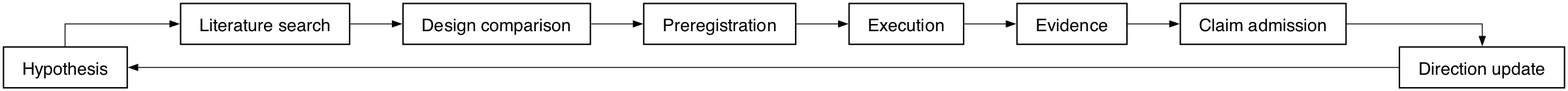
Earlier version of the Graphviz export paper/figures/rendered/fig-02.png (umyunsang/argo). Its source is kept beside it as paper/figures/rendered/fig-02.dot.
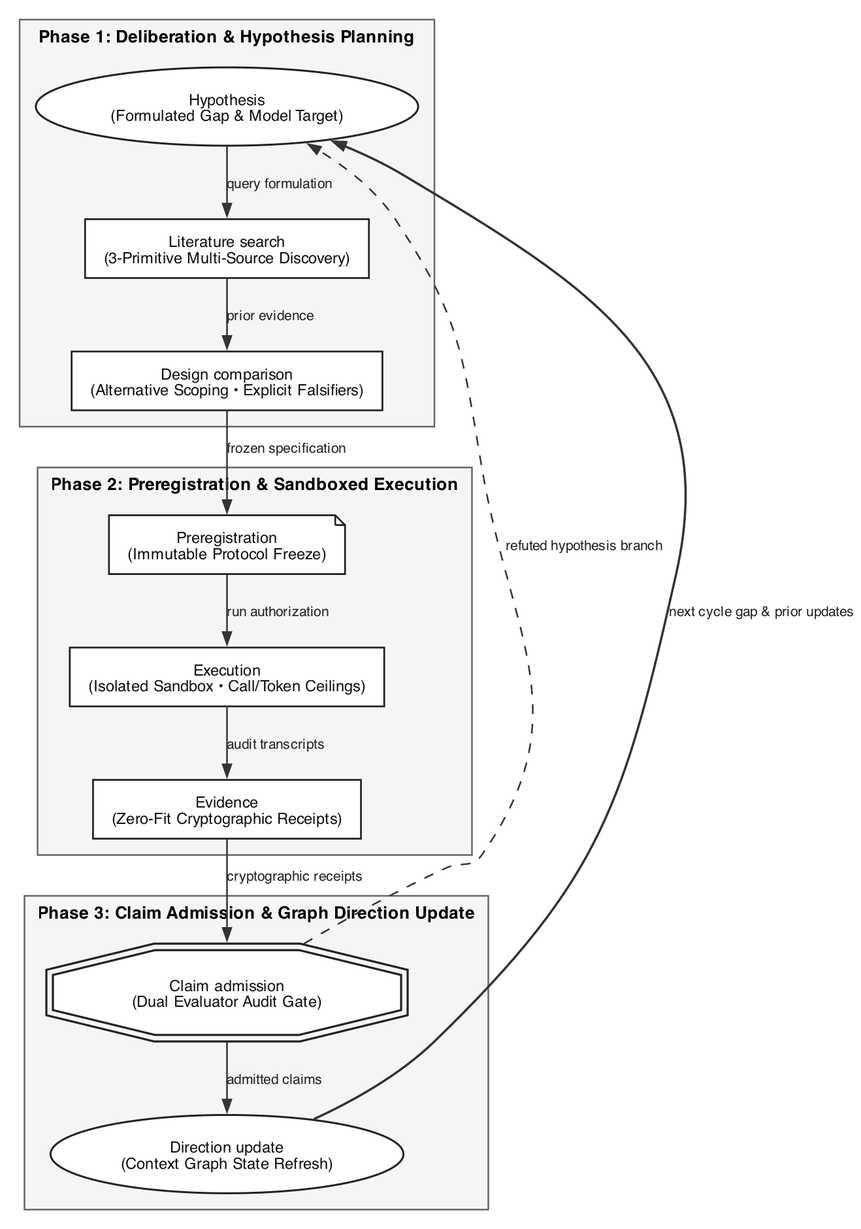
After the commit.

The edit, as a diff of the source:
```diff
@@ -1,24 +1,84 @@
-digraph G {
-  rankdir=LR;
+digraph ResearchLoop {
+  compound=true;
+  rankdir=TB;
   bgcolor=white;
-  node [shape=box, style=solid, color=black, fontcolor=black, fontname="Helvetica", fontsize=20, penwidth=1.6, margin="0.30,0.18"];
-  edge [color=black, fontcolor=black, arrowhead=normal, penwidth=1.0];
-  splines=ortho;
-  nodesep=0.70; ranksep=0.85;
-  "Hypothesis" [label="Hypothesis"];
-  "Literature search" [label="Literature search"];
-  "Design comparison" [label="Design comparison"];
-  "Preregistration" [label="Preregistration"];
-  "Execution" [label="Execution"];
-  "Evidence" [label="Evidence"];
-  "Claim admission" [label="Claim admission"];
-  "Direction update" [label="Direction update"];
-  "Hypothesis" -> "Literature search";
-  "Literature search" -> "Design comparison";
-  "Design comparison" -> "Preregistration";
-  "Preregistration" -> "Execution";
-  "Execution" -> "Evidence";
-  "Evidence" -> "Claim admission";
-  "Claim admission" -> "Direction update";
-  "Direction update" -> "Hypothesis";
+  nodesep=0.45;
+  ranksep=0.50;
+
+  node [
+    shape=box,
+    style="filled,solid",
+    fillcolor="#FFFFFF",
+    color="#222222",
+    fontcolor="#111111",
+    fontname="Helvetica",
+    fontsize=9.5,
+    penwidth=1.1,
+    margin="0.16,0.10"
+  ];
+
+  edge [
+    color="#333333",
+    fontcolor="#222222",
+    fontname="Helvetica",
+    fontsize=8.5,
+    arrowhead=normal,
+    arrowsize=0.75,
+    penwidth=1.0
+  ];
+
+  subgraph cluster_plan {
+    label="Phase 1: Deliberation & Hypothesis Planning";
+    fontname="Helvetica-Bold";
+    fontsize=10.5;
+    color="#666666";
+    fillcolor="#F5F5F5";
+    style="filled,solid";
+    margin=10;
+
+    hypo [label="Hypothesis\n(Formulated Gap & Model Target)", shape=ellipse, penwidth=1.2];
+    lit_search [label="Literature search\n(3-Primitive Multi-Source Discovery)"];
+    design_comp [label="Design comparison\n(Alternative Scoping • Explicit Falsifiers)"];
+
+    hypo -> lit_search [label="query formulation"];
+    lit_search -> design_comp [label="prior evidence"];
+  }
+
+  subgraph cluster_exec {
+    label="Phase 2: Preregistration & Sandboxed Execution";
+    fontname="Helvetica-Bold";
+    fontsize=10.5;
+    color="#666666";
+    fillcolor="#F5F5F5";
+    style="filled,solid";
+    margin=10;
+
+    prereg [label="Preregistration\n(Immutable Protocol Freeze)", shape=note];
+    exec [label="Execution\n(Isolated Sandbox • Call/Token Ceilings)"];
+    evidence [label="Evidence\n(Zero-Fit Cryptographic Receipts)"];
+
+    prereg -> exec [label="run authorization"];
+    exec -> evidence [label="audit transcripts"];
+  }
+
+  subgraph cluster_gate {
+    label="Phase 3: Claim Admission & Graph Direction Update";
+    fontname="Helvetica-Bold";
+    fontsize=10.5;
+    color="#666666";
+    fillcolor="#F5F5F5";
+    style="filled,solid";
+    margin=10;
+
+    claim_adm [label="Claim admission\n(Dual Evaluator Audit Gate)", shape=doubleoctagon, penwidth=1.3];
+    dir_update [label="Direction update\n(Context Graph State Refresh)", shape=ellipse, penwidth=1.2];
+
+    claim_adm -> dir_update [label="admitted claims"];
+  }
+
+  design_comp -> prereg [label="frozen specification"];
+  evidence -> claim_adm [label="cryptographic receipts"];
+
+  dir_update -> hypo [label="next cycle gap & prior updates", constraint=false, style=bold, penwidth=1.4];
+  claim_adm -> hypo [label="refuted hypothesis branch", constraint=false, style=dashed];
 }
```
